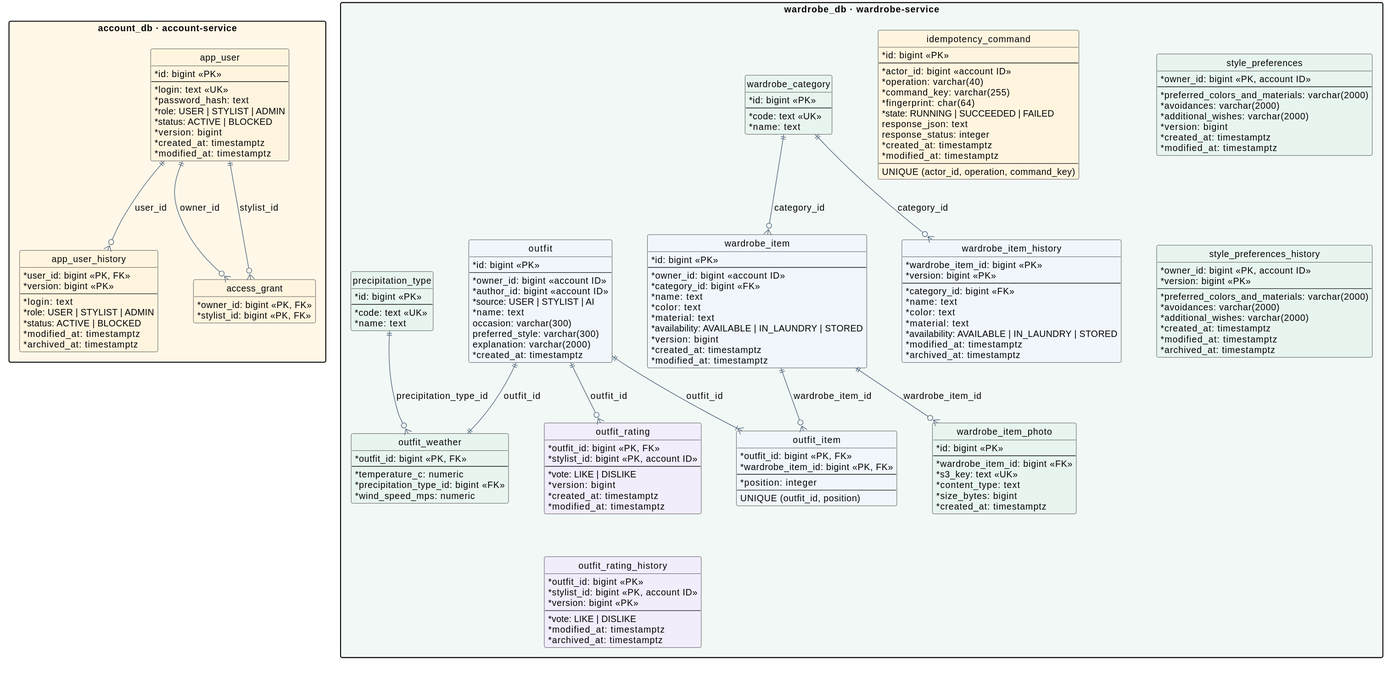
This is docs/lab2/diagrams/data.svg from SimeonGor/clothes-advisor, a PlantUML export, as it was before one commit.
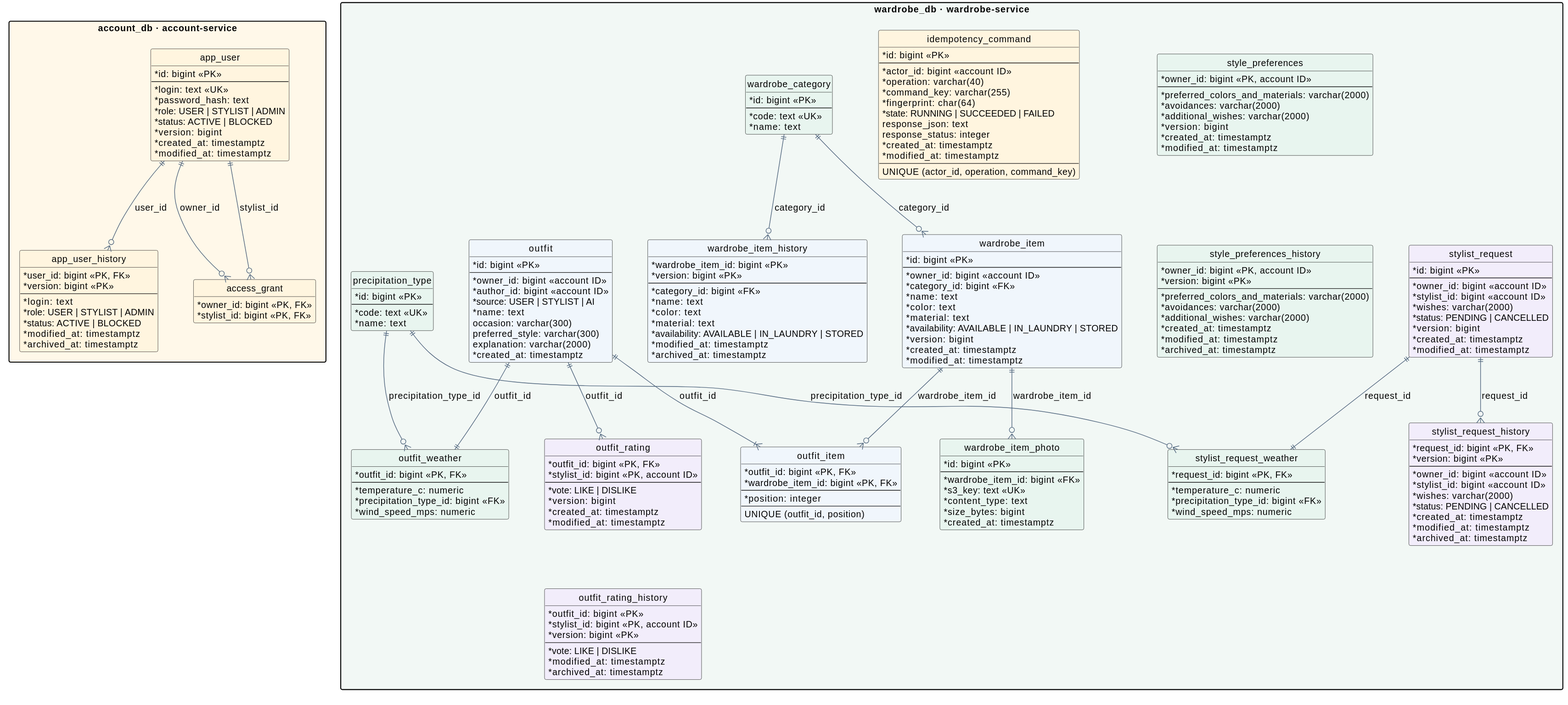
The same file after the commit.

Commit message:
docs(lab2): describe stylist request lifecycle and data

The edit, as a diff of the source:
```diff
@@ -44,6 +44,36 @@
 }
 
 package "wardrobe_db · wardrobe-service" as wardrobe #F2F8F5 {
+  entity "stylist_request" as stylist_request #F2EDFB {
+    * id: bigint <<PK>>
+    --
+    * owner_id: bigint <<account ID>>
+    * stylist_id: bigint <<account ID>>
+    * wishes: varchar(2000)
+    * status: PENDING | CANCELLED
+    * version: bigint
+    * created_at: timestamptz
+    * modified_at: timestamptz
+  }
+  entity "stylist_request_weather" as request_weather #E8F5EF {
+    * request_id: bigint <<PK, FK>>
+    --
+    * temperature_c: numeric
+    * precipitation_type_id: bigint <<FK>>
+    * wind_speed_mps: numeric
+  }
+  entity "stylist_request_history" as request_history #F2EDFB {
+    * request_id: bigint <<PK, FK>>
+    * version: bigint <<PK>>
+    --
+    * owner_id: bigint <<account ID>>
+    * stylist_id: bigint <<account ID>>
+    * wishes: varchar(2000)
+    * status: PENDING | CANCELLED
+    * created_at: timestamptz
+    * modified_at: timestamptz
+    * archived_at: timestamptz
+  }
   entity "style_preferences" as preferences #E8F5EF {
     * owner_id: bigint <<PK, account ID>>
     --
@@ -179,6 +209,9 @@
   outfit ||--|{ composition : outfit_id
   outfit ||--|| weather : outfit_id
   precipitation ||--o{ weather : precipitation_type_id
+  stylist_request ||--|| request_weather : request_id
+  stylist_request ||--o{ request_history : request_id
+  precipitation ||--o{ request_weather : precipitation_type_id
   outfit ||--o{ rating : outfit_id
   rating -[hidden]down-> rating_history
 }
```
